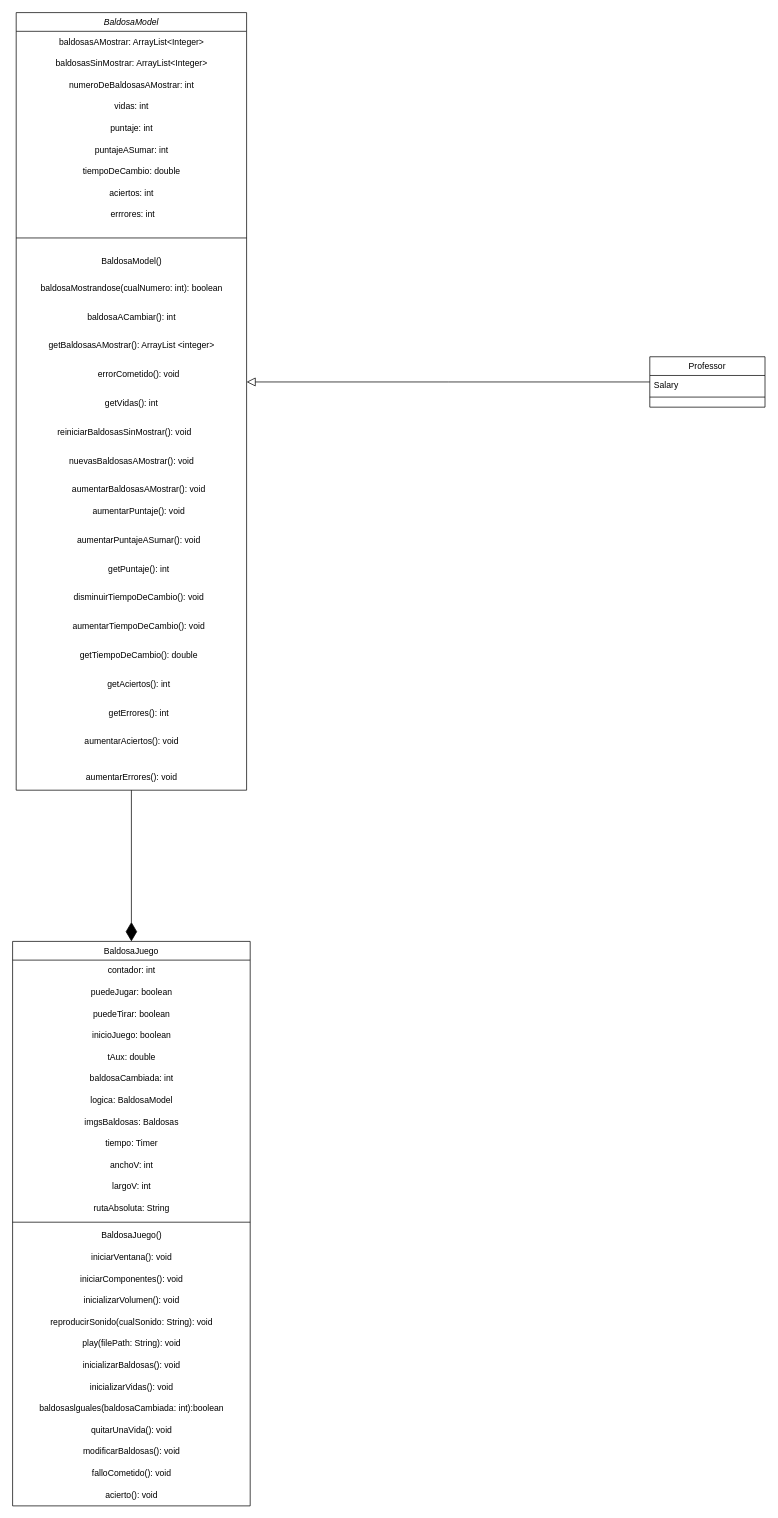
Above: Diagrama sin título.drawio in Jdavxd/fpoePatrones (draw.io), before the change. Source tidied: cells renumbered, new cells numbered last; positions are measured from the earlier drawing's top-left corner, leaving out a move shared by most shapes. Both pictures are drawn from the tidied source at 72%, with x=0, y=0 at pixel (12, 12).
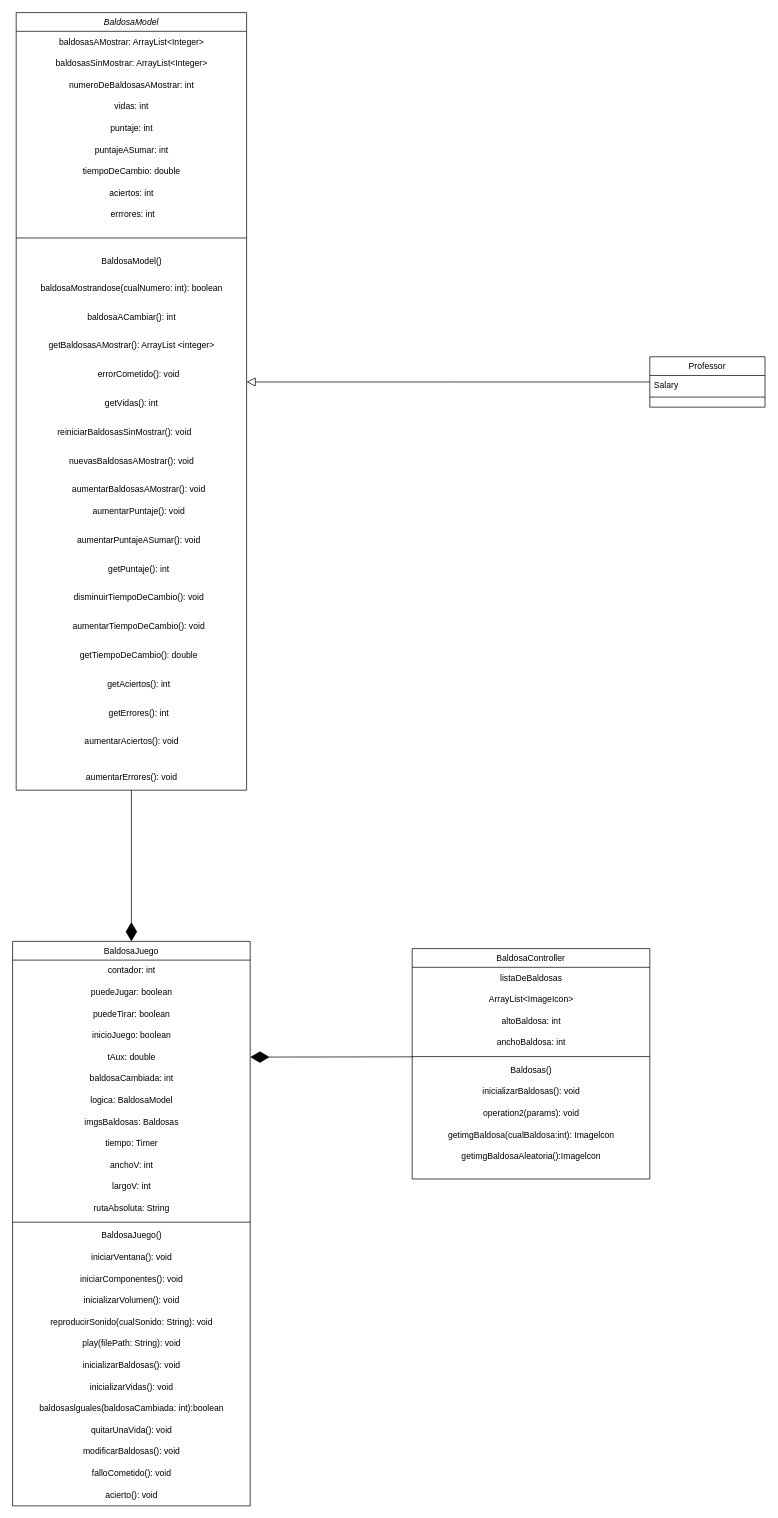
Above is the later version.

Unchanged cells that the change refers to:
```xml
<mxCell id="23" value="tAux: double" style="text;html=1;align=center;verticalAlign=middle;points=[];strokeColor=none;fillColor=none;" parent="18" vertex="1">
  <mxGeometry y="146" width="330" height="30" as="geometry" />
</mxCell>
```

Diff of the diagram source:
```diff
@@
+    <mxCell id="64" value="BaldosaController" style="swimlane;fontStyle=0;align=center;verticalAlign=top;horizontal=1;startSize=26;rounded=0;shadow=0;strokeWidth=1;" parent="1" vertex="1">
+      <mxGeometry x="555" y="1300" width="330" height="320" as="geometry" />
+    </mxCell>
+    <mxCell id="65" value="listaDeBaldosas" style="text;html=1;align=center;verticalAlign=middle;strokeColor=none;fillColor=none;" parent="64" vertex="1">
+      <mxGeometry y="26" width="330" height="30" as="geometry" />
+    </mxCell>
+    <mxCell id="66" value="ArrayList&amp;lt;ImageIcon&amp;gt;" style="text;html=1;align=center;verticalAlign=middle;strokeColor=none;fillColor=none;" parent="64" vertex="1">
+      <mxGeometry y="56" width="330" height="30" as="geometry" />
+    </mxCell>
+    <mxCell id="67" value="altoBaldosa: int" style="text;html=1;align=center;verticalAlign=middle;strokeColor=none;fillColor=none;" parent="64" vertex="1">
+      <mxGeometry y="86" width="330" height="30" as="geometry" />
+    </mxCell>
+    <mxCell id="68" value="anchoBaldosa: int" style="text;html=1;align=center;verticalAlign=middle;strokeColor=none;fillColor=none;" parent="64" vertex="1">
+      <mxGeometry y="116" width="330" height="30" as="geometry" />
+    </mxCell>
+    <mxCell id="69" style="line;html=1;strokeWidth=1;align=left;verticalAlign=middle;spacingTop=-1;spacingLeft=3;spacingRight=3;labelPosition=right;" parent="64" vertex="1">
+      <mxGeometry y="146" width="330" height="8" as="geometry" />
+    </mxCell>
+    <mxCell id="70" value="Baldosas()" style="text;html=1;align=center;verticalAlign=middle;points=[];strokeColor=none;fillColor=none;" parent="64" vertex="1">
+      <mxGeometry y="154" width="330" height="30" as="geometry" />
+    </mxCell>
+    <mxCell id="71" value="inicializarBaldosas(): void" style="text;html=1;align=center;verticalAlign=middle;strokeColor=none;fillColor=none;" parent="64" vertex="1">
+      <mxGeometry y="184" width="330" height="30" as="geometry" />
+    </mxCell>
+    <mxCell id="72" value="operation2(params): void" style="text;html=1;align=center;verticalAlign=middle;strokeColor=none;fillColor=none;" parent="64" vertex="1">
+      <mxGeometry y="214" width="330" height="30" as="geometry" />
+    </mxCell>
+    <mxCell id="73" value="&lt;div&gt;getimgBaldosa(cualBaldosa:&lt;span style=&quot;background-color: initial;&quot;&gt;int): Imagelcon&lt;/span&gt;&lt;/div&gt;" style="text;html=1;align=center;verticalAlign=middle;strokeColor=none;fillColor=none;" parent="64" vertex="1">
+      <mxGeometry y="244" width="330" height="30" as="geometry" />
+    </mxCell>
+    <mxCell id="74" value="&lt;div&gt;getimgBaldosaAleatoria():&lt;span style=&quot;background-color: initial;&quot;&gt;Imagelcon&lt;/span&gt;&lt;/div&gt;" style="text;html=1;align=center;verticalAlign=middle;strokeColor=none;fillColor=none;" parent="64" vertex="1">
+      <mxGeometry y="274" width="330" height="30" as="geometry" />
+    </mxCell>
+    <mxCell id="75" style="endArrow=diamondThin;endFill=1;endSize=24;html=1;rounded=0;exitX=0.004;exitY=-0.123;exitDx=0;exitDy=0;exitPerimeter=0;" parent="1" edge="1" source="70" target="23">
+      <mxGeometry relative="1" as="geometry" />
+    </mxCell>
```
